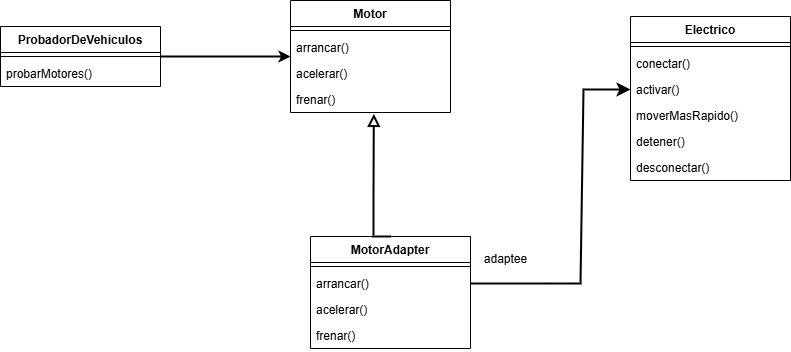
Earlier version of the draw.io export diagramas/Ejercicio1-Adapter.drawio.png (Krovitz/Adapter-Decorator). Source tidied: cells renumbered, new cells last; positions are measured from the earlier drawing's top-left corner, leaving out a move shared by most shapes.
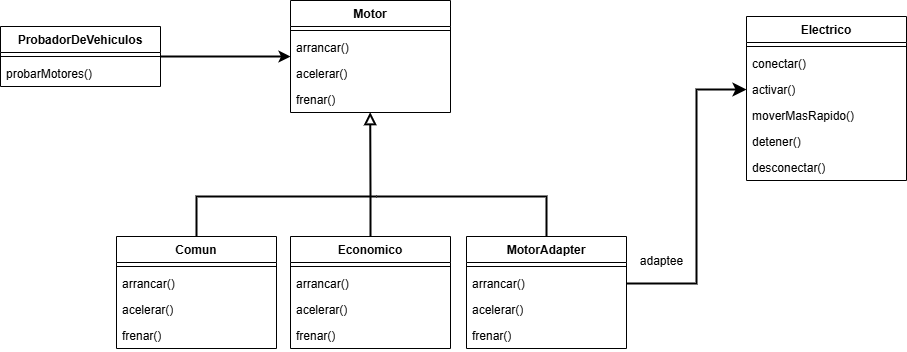
After the change.

The edit, as a diff of the source:
```diff
@@ -3,7 +3,7 @@
     <mxCell id="0" />
     <mxCell id="1" parent="0" />
     <mxCell id="2" value="ProbadorDeVehiculos" style="swimlane;fontStyle=1;align=center;verticalAlign=top;horizontal=1;startSize=26;whiteSpace=wrap;html=1;" parent="1" vertex="1">
-      <mxGeometry y="26" width="160" height="60" as="geometry" />
+      <mxGeometry x="-76" y="26" width="160" height="60" as="geometry" />
     </mxCell>
     <mxCell id="3" style="line;strokeWidth=1;fillColor=none;align=left;verticalAlign=middle;spacingTop=-1;spacingLeft=3;spacingRight=3;labelPosition=right;strokeColor=inherit;" parent="2" vertex="1">
       <mxGeometry y="26" width="160" height="8" as="geometry" />
@@ -12,7 +12,7 @@
       <mxGeometry y="34" width="160" height="26" as="geometry" />
     </mxCell>
     <mxCell id="5" value="Electrico" style="swimlane;fontStyle=1;align=center;verticalAlign=top;horizontal=1;startSize=26;whiteSpace=wrap;html=1;" parent="1" vertex="1">
-      <mxGeometry x="630" y="16" width="160" height="164" as="geometry" />
+      <mxGeometry x="670" y="16" width="160" height="164" as="geometry" />
     </mxCell>
     <mxCell id="6" style="line;strokeWidth=1;fillColor=none;align=left;verticalAlign=middle;spacingTop=-1;spacingLeft=3;spacingRight=3;labelPosition=right;strokeColor=inherit;" parent="5" vertex="1">
       <mxGeometry y="26" width="160" height="8" as="geometry" />
@@ -33,7 +33,7 @@
       <mxGeometry y="138" width="160" height="26" as="geometry" />
     </mxCell>
     <mxCell id="12" value="Motor" style="swimlane;fontStyle=1;align=center;verticalAlign=top;horizontal=1;startSize=26;whiteSpace=wrap;html=1;" parent="1" vertex="1">
-      <mxGeometry x="290" width="160" height="112" as="geometry" />
+      <mxGeometry x="214" width="160" height="112" as="geometry" />
     </mxCell>
     <mxCell id="13" style="line;strokeWidth=1;fillColor=none;align=left;verticalAlign=middle;spacingTop=-1;spacingLeft=3;spacingRight=3;labelPosition=right;strokeColor=inherit;" parent="12" vertex="1">
       <mxGeometry y="26" width="160" height="8" as="geometry" />
@@ -51,7 +51,7 @@
       <mxGeometry relative="1" as="geometry" />
     </mxCell>
     <mxCell id="18" value="MotorAdapter" style="swimlane;fontStyle=1;align=center;verticalAlign=top;horizontal=1;startSize=26;whiteSpace=wrap;html=1;" parent="1" vertex="1">
-      <mxGeometry x="310" y="236" width="160" height="112" as="geometry" />
+      <mxGeometry x="390" y="236" width="160" height="112" as="geometry" />
     </mxCell>
     <mxCell id="19" style="line;strokeWidth=1;fillColor=none;align=left;verticalAlign=middle;spacingTop=-1;spacingLeft=3;spacingRight=3;labelPosition=right;strokeColor=inherit;" parent="18" vertex="1">
       <mxGeometry y="26" width="160" height="8" as="geometry" />
@@ -65,24 +65,69 @@
     <mxCell id="22" value="frenar()" style="text;strokeColor=none;fillColor=none;align=left;verticalAlign=top;spacingLeft=4;spacingRight=4;overflow=hidden;whiteSpace=wrap;html=1;" parent="18" vertex="1">
       <mxGeometry y="86" width="160" height="26" as="geometry" />
     </mxCell>
-    <mxCell id="23" style="endArrow=block;html=1;rounded=0;exitX=0.5;exitY=0;exitDx=0;exitDy=0;entryX=0.521;entryY=1.051;entryDx=0;entryDy=0;entryPerimeter=0;strokeWidth=2;endSize=8;endFill=0;" parent="1" edge="1" source="18" target="16">
-      <mxGeometry relative="1" as="geometry">
-        <Array as="points">
-          <mxPoint x="373" y="236" />
-          <mxPoint x="373" y="196" />
-        </Array>
-      </mxGeometry>
-    </mxCell>
     <mxCell id="24" style="endArrow=classic;html=1;rounded=0;strokeWidth=2;endSize=8;endFill=1;entryX=0;entryY=0.5;entryDx=0;entryDy=0;exitX=1;exitY=0.5;exitDx=0;exitDy=0;" parent="1" edge="1" source="20" target="8">
       <mxGeometry relative="1" as="geometry">
         <Array as="points">
-          <mxPoint x="580" y="283" />
-          <mxPoint x="583" y="89" />
+          <mxPoint x="620" y="283" />
+          <mxPoint x="620" y="89" />
         </Array>
       </mxGeometry>
     </mxCell>
     <mxCell id="25" value="adaptee" style="text;html=1;align=center;verticalAlign=middle;strokeColor=none;fillColor=none;" parent="1" vertex="1">
-      <mxGeometry x="470" y="244" width="70" height="30" as="geometry" />
+      <mxGeometry x="550" y="246" width="70" height="30" as="geometry" />
     </mxCell>
+    <mxCell id="26" value="Economico" style="swimlane;fontStyle=1;align=center;verticalAlign=top;horizontal=1;startSize=26;whiteSpace=wrap;html=1;" parent="1" vertex="1">
+      <mxGeometry x="214" y="236" width="160" height="112" as="geometry" />
+    </mxCell>
+    <mxCell id="27" style="line;strokeWidth=1;fillColor=none;align=left;verticalAlign=middle;spacingTop=-1;spacingLeft=3;spacingRight=3;labelPosition=right;strokeColor=inherit;" parent="26" vertex="1">
+      <mxGeometry y="26" width="160" height="8" as="geometry" />
+    </mxCell>
+    <mxCell id="28" value="arrancar()" style="text;strokeColor=none;fillColor=none;align=left;verticalAlign=top;spacingLeft=4;spacingRight=4;overflow=hidden;whiteSpace=wrap;html=1;" parent="26" vertex="1">
+      <mxGeometry y="34" width="160" height="26" as="geometry" />
+    </mxCell>
+    <mxCell id="29" value="acelerar()" style="text;strokeColor=none;fillColor=none;align=left;verticalAlign=top;spacingLeft=4;spacingRight=4;overflow=hidden;whiteSpace=wrap;html=1;" parent="26" vertex="1">
+      <mxGeometry y="60" width="160" height="26" as="geometry" />
+    </mxCell>
+    <mxCell id="30" value="frenar()" style="text;strokeColor=none;fillColor=none;align=left;verticalAlign=top;spacingLeft=4;spacingRight=4;overflow=hidden;whiteSpace=wrap;html=1;" parent="26" vertex="1">
+      <mxGeometry y="86" width="160" height="26" as="geometry" />
+    </mxCell>
+    <mxCell id="31" value="Comun" style="swimlane;fontStyle=1;align=center;verticalAlign=top;horizontal=1;startSize=26;whiteSpace=wrap;html=1;" parent="1" vertex="1">
+      <mxGeometry x="40" y="236" width="160" height="112" as="geometry" />
+    </mxCell>
+    <mxCell id="32" style="line;strokeWidth=1;fillColor=none;align=left;verticalAlign=middle;spacingTop=-1;spacingLeft=3;spacingRight=3;labelPosition=right;strokeColor=inherit;" parent="31" vertex="1">
+      <mxGeometry y="26" width="160" height="8" as="geometry" />
+    </mxCell>
+    <mxCell id="33" value="arrancar()" style="text;strokeColor=none;fillColor=none;align=left;verticalAlign=top;spacingLeft=4;spacingRight=4;overflow=hidden;whiteSpace=wrap;html=1;" parent="31" vertex="1">
+      <mxGeometry y="34" width="160" height="26" as="geometry" />
+    </mxCell>
+    <mxCell id="34" value="acelerar()" style="text;strokeColor=none;fillColor=none;align=left;verticalAlign=top;spacingLeft=4;spacingRight=4;overflow=hidden;whiteSpace=wrap;html=1;" parent="31" vertex="1">
+      <mxGeometry y="60" width="160" height="26" as="geometry" />
+    </mxCell>
+    <mxCell id="35" value="frenar()" style="text;strokeColor=none;fillColor=none;align=left;verticalAlign=top;spacingLeft=4;spacingRight=4;overflow=hidden;whiteSpace=wrap;html=1;" parent="31" vertex="1">
+      <mxGeometry y="86" width="160" height="26" as="geometry" />
+    </mxCell>
+    <mxCell id="36" style="endArrow=block;html=1;rounded=0;exitX=0.5;exitY=0;exitDx=0;exitDy=0;strokeWidth=2;endSize=8;endFill=0;entryX=0.498;entryY=0.985;entryDx=0;entryDy=0;entryPerimeter=0;" parent="1" edge="1" source="26" target="16">
+      <mxGeometry relative="1" as="geometry">
+        <Array as="points">
+          <mxPoint x="294" y="196" />
+        </Array>
+      </mxGeometry>
+    </mxCell>
+    <mxCell id="37" style="endArrow=none;html=1;rounded=0;exitX=0.5;exitY=0;exitDx=0;exitDy=0;strokeWidth=2;endSize=8;endFill=0;startFill=0;" parent="1" edge="1" source="31">
+      <mxGeometry relative="1" as="geometry">
+        <mxPoint x="300" y="196" as="targetPoint" />
+        <Array as="points">
+          <mxPoint x="120" y="196" />
+        </Array>
+      </mxGeometry>
+    </mxCell>
+    <mxCell id="38" style="endArrow=none;html=1;rounded=0;exitX=0.5;exitY=0;exitDx=0;exitDy=0;strokeWidth=2;endSize=8;endFill=0;startFill=0;" parent="1" edge="1" source="18">
+      <mxGeometry relative="1" as="geometry">
+        <mxPoint x="300" y="196" as="targetPoint" />
+        <Array as="points">
+          <mxPoint x="470" y="196" />
+        </Array>
+      </mxGeometry>
+    </mxCell>
   </root>
 </mxGraphModel>
```
